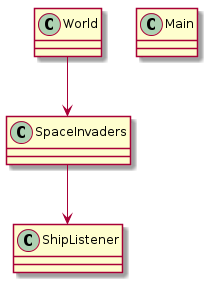
Before: Diagrams/classDiagram.png, a diagram exported from PlantUML (ghaniturismo/ACL-2016-masterTT).
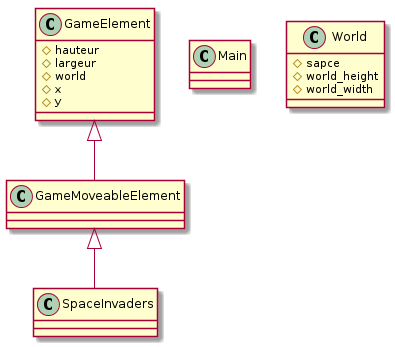
The same file after the commit.

Change to the diagram source:
```diff
@@ -1,19 +1,28 @@
 @startuml
-skinparam classAttributeIconSize 0
-
-World --> SpaceInvaders
-SpaceInvaders --> ShipListener
+GameElement <|-- GameMoveableElement
+GameMoveableElement <|-- SpaceInvaders
 
 class Main {
 }
 
-class ShipListener {
-}
-
 class World {
+#sapce
+#world_height
+#world_width
 }
 
 class SpaceInvaders {
 }
 
+class GameMoveableElement {
+}
+
+class GameElement {
+#hauteur
+#largeur
+#world
+#x
+#y
+
+}
 @enduml
```
